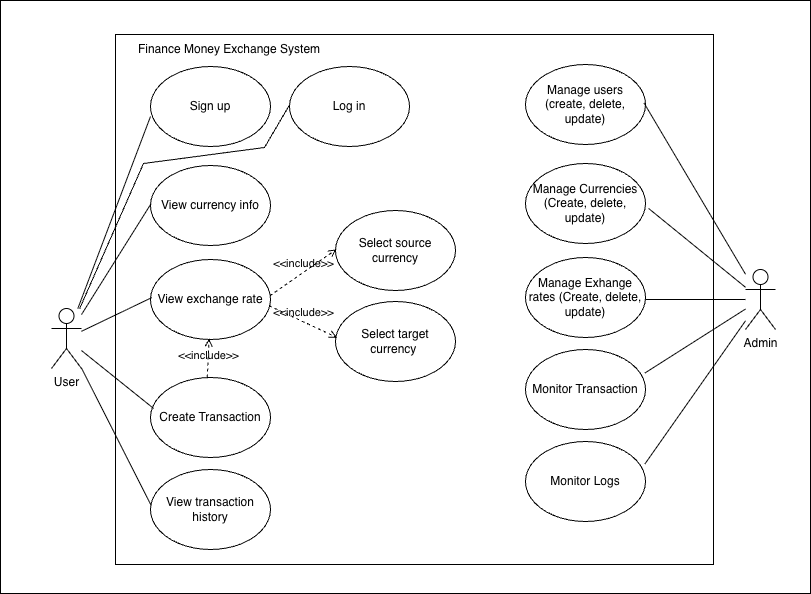
This is W5/W5Act1/W5Act1.drawio.png from eirikrbe/MSE800-PSD, a draw.io export, as it was before one commit. Source tidied: cells renumbered, new cells last; positions are measured from the earlier drawing's top-left corner, leaving out a move shared by most shapes. Source of this version:
```xml
<mxGraphModel background="#ffffff">
  <root>
    <mxCell id="0" />
    <mxCell id="1" parent="0" />
    <mxCell id="2" style="rounded=0;whiteSpace=wrap;html=1;" parent="1" vertex="1">
      <mxGeometry width="810" height="593" as="geometry" />
    </mxCell>
    <mxCell id="3" style="rounded=0;whiteSpace=wrap;html=1;" parent="1" vertex="1">
      <mxGeometry x="115" y="34" width="598" height="530" as="geometry" />
    </mxCell>
    <mxCell id="4" value="User&lt;div&gt;&lt;br&gt;&lt;/div&gt;" style="shape=umlActor;verticalLabelPosition=bottom;verticalAlign=top;html=1;outlineConnect=0;" parent="1" vertex="1">
      <mxGeometry x="51" y="308" width="30" height="60" as="geometry" />
    </mxCell>
    <mxCell id="5" value="Sign up" style="ellipse;whiteSpace=wrap;html=1;" parent="1" vertex="1">
      <mxGeometry x="150" y="66" width="120" height="80" as="geometry" />
    </mxCell>
    <mxCell id="6" value="Log in" style="ellipse;whiteSpace=wrap;html=1;" parent="1" vertex="1">
      <mxGeometry x="289" y="66" width="120" height="80" as="geometry" />
    </mxCell>
    <mxCell id="7" style="endArrow=none;html=1;rounded=0;entryX=0;entryY=0.625;entryDx=0;entryDy=0;entryPerimeter=0;" parent="1" edge="1" source="4" target="5">
      <mxGeometry relative="1" as="geometry" />
    </mxCell>
    <mxCell id="8" style="endArrow=none;html=1;rounded=0;entryX=-0.004;entryY=0.491;entryDx=0;entryDy=0;entryPerimeter=0;" parent="1" edge="1" source="4" target="6">
      <mxGeometry relative="1" as="geometry">
        <Array as="points">
          <mxPoint x="143" y="163" />
          <mxPoint x="264" y="147" />
        </Array>
      </mxGeometry>
    </mxCell>
    <mxCell id="9" value="Finance Money Exchange System" style="text;html=1;whiteSpace=wrap;strokeColor=none;fillColor=none;align=center;verticalAlign=middle;rounded=0;" parent="1" vertex="1">
      <mxGeometry x="130" y="34" width="198" height="30" as="geometry" />
    </mxCell>
    <mxCell id="10" value="View exchange rate" style="ellipse;whiteSpace=wrap;html=1;" parent="1" vertex="1">
      <mxGeometry x="150" y="259" width="120" height="80" as="geometry" />
    </mxCell>
    <mxCell id="11" value="View currency info" style="ellipse;whiteSpace=wrap;html=1;" parent="1" vertex="1">
      <mxGeometry x="150" y="165" width="120" height="80" as="geometry" />
    </mxCell>
    <mxCell id="12" value="Create Transaction" style="ellipse;whiteSpace=wrap;html=1;" parent="1" vertex="1">
      <mxGeometry x="150" y="377" width="120" height="80" as="geometry" />
    </mxCell>
    <mxCell id="13" value="View transaction history" style="ellipse;whiteSpace=wrap;html=1;" parent="1" vertex="1">
      <mxGeometry x="150" y="469" width="120" height="80" as="geometry" />
    </mxCell>
    <mxCell id="14" value="Select source currency" style="ellipse;whiteSpace=wrap;html=1;" parent="1" vertex="1">
      <mxGeometry x="335" y="210" width="120" height="80" as="geometry" />
    </mxCell>
    <mxCell id="15" value="Select target currency&amp;nbsp;" style="ellipse;whiteSpace=wrap;html=1;" parent="1" vertex="1">
      <mxGeometry x="335" y="301" width="120" height="80" as="geometry" />
    </mxCell>
    <mxCell id="16" value="&amp;lt;&amp;lt;include&amp;gt;&amp;gt;" style="html=1;verticalAlign=bottom;labelBackgroundColor=none;endArrow=open;endFill=0;dashed=1;rounded=0;entryX=0.007;entryY=0.486;entryDx=0;entryDy=0;entryPerimeter=0;exitX=0.995;exitY=0.453;exitDx=0;exitDy=0;exitPerimeter=0;" parent="1" edge="1" source="10" target="14">
      <mxGeometry relative="1" as="geometry" />
    </mxCell>
    <mxCell id="17" value="&amp;lt;&amp;lt;include&amp;gt;&amp;gt;" style="html=1;verticalAlign=bottom;labelBackgroundColor=none;endArrow=open;endFill=0;dashed=1;rounded=0;entryX=0.014;entryY=0.451;entryDx=0;entryDy=0;entryPerimeter=0;exitX=0.988;exitY=0.578;exitDx=0;exitDy=0;exitPerimeter=0;" parent="1" edge="1" source="10" target="15">
      <mxGeometry relative="1" as="geometry" />
    </mxCell>
    <mxCell id="18" value="&amp;lt;&amp;lt;include&amp;gt;&amp;gt;" style="html=1;verticalAlign=bottom;labelBackgroundColor=none;endArrow=open;endFill=0;dashed=1;rounded=0;exitX=0.473;exitY=0.001;exitDx=0;exitDy=0;exitPerimeter=0;entryX=0.488;entryY=0.987;entryDx=0;entryDy=0;entryPerimeter=0;" parent="1" edge="1" source="12" target="10">
      <mxGeometry x="-0.33" y="-1" relative="1" as="geometry" />
    </mxCell>
    <mxCell id="19" style="endArrow=none;html=1;rounded=0;entryX=0.003;entryY=0.481;entryDx=0;entryDy=0;entryPerimeter=0;" parent="1" edge="1" source="4" target="11">
      <mxGeometry relative="1" as="geometry" />
    </mxCell>
    <mxCell id="20" style="endArrow=none;html=1;rounded=0;entryX=0.011;entryY=0.476;entryDx=0;entryDy=0;entryPerimeter=0;" parent="1" edge="1" source="4" target="10">
      <mxGeometry relative="1" as="geometry" />
    </mxCell>
    <mxCell id="21" style="endArrow=none;html=1;rounded=0;entryX=0.026;entryY=0.387;entryDx=0;entryDy=0;entryPerimeter=0;" parent="1" edge="1" source="4" target="12">
      <mxGeometry relative="1" as="geometry" />
    </mxCell>
    <mxCell id="22" style="endArrow=none;html=1;rounded=0;entryX=0.003;entryY=0.442;entryDx=0;entryDy=0;entryPerimeter=0;" parent="1" edge="1" source="4" target="13">
      <mxGeometry relative="1" as="geometry" />
    </mxCell>
    <mxCell id="23" value="Admin" style="shape=umlActor;verticalLabelPosition=bottom;verticalAlign=top;html=1;outlineConnect=0;" parent="1" vertex="1">
      <mxGeometry x="745" y="269" width="30" height="60" as="geometry" />
    </mxCell>
    <mxCell id="24" value="Manage users&lt;br&gt;(create, delete, update)" style="ellipse;whiteSpace=wrap;html=1;" parent="1" vertex="1">
      <mxGeometry x="525" y="64" width="120" height="80" as="geometry" />
    </mxCell>
    <mxCell id="25" style="endArrow=none;html=1;rounded=0;entryX=0.988;entryY=0.482;entryDx=0;entryDy=0;entryPerimeter=0;" parent="1" edge="1" source="23" target="24">
      <mxGeometry relative="1" as="geometry" />
    </mxCell>
    <mxCell id="26" value="Manage Exhange rates (Create, delete, update)" style="ellipse;whiteSpace=wrap;html=1;" parent="1" vertex="1">
      <mxGeometry x="525" y="257" width="120" height="80" as="geometry" />
    </mxCell>
    <mxCell id="27" value="Manage Currencies&lt;br&gt;(Create, delete, update)" style="ellipse;whiteSpace=wrap;html=1;" parent="1" vertex="1">
      <mxGeometry x="525" y="163" width="120" height="80" as="geometry" />
    </mxCell>
    <mxCell id="28" value="Monitor Transaction" style="ellipse;whiteSpace=wrap;html=1;" parent="1" vertex="1">
      <mxGeometry x="525" y="349" width="120" height="80" as="geometry" />
    </mxCell>
    <mxCell id="29" value="Monitor Logs" style="ellipse;whiteSpace=wrap;html=1;" parent="1" vertex="1">
      <mxGeometry x="525" y="441" width="120" height="80" as="geometry" />
    </mxCell>
    <mxCell id="30" style="endArrow=none;html=1;rounded=0;entryX=1.026;entryY=0.562;entryDx=0;entryDy=0;entryPerimeter=0;" parent="1" edge="1" source="23" target="27">
      <mxGeometry relative="1" as="geometry" />
    </mxCell>
    <mxCell id="31" style="endArrow=none;html=1;rounded=0;" parent="1" edge="1" source="23">
      <mxGeometry relative="1" as="geometry">
        <mxPoint x="645" y="299" as="targetPoint" />
      </mxGeometry>
    </mxCell>
    <mxCell id="32" style="endArrow=none;html=1;rounded=0;entryX=0.995;entryY=0.294;entryDx=0;entryDy=0;entryPerimeter=0;" parent="1" edge="1" source="23" target="28">
      <mxGeometry relative="1" as="geometry" />
    </mxCell>
    <mxCell id="33" style="endArrow=none;html=1;rounded=0;entryX=0.995;entryY=0.281;entryDx=0;entryDy=0;entryPerimeter=0;" parent="1" edge="1" source="23" target="29">
      <mxGeometry relative="1" as="geometry" />
    </mxCell>
  </root>
</mxGraphModel>
```
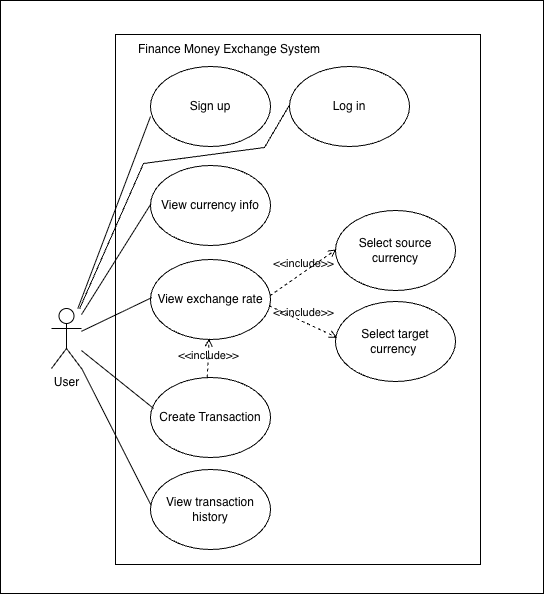
Later version of the same file.

What changed in the source:
```diff
@@ -3,10 +3,10 @@
     <mxCell id="0" />
     <mxCell id="1" parent="0" />
     <mxCell id="2" style="rounded=0;whiteSpace=wrap;html=1;" parent="1" vertex="1">
-      <mxGeometry width="810" height="593" as="geometry" />
+      <mxGeometry width="543" height="593" as="geometry" />
     </mxCell>
     <mxCell id="3" style="rounded=0;whiteSpace=wrap;html=1;" parent="1" vertex="1">
-      <mxGeometry x="115" y="34" width="598" height="530" as="geometry" />
+      <mxGeometry x="115" y="34" width="365" height="530" as="geometry" />
     </mxCell>
     <mxCell id="4" value="User&lt;div&gt;&lt;br&gt;&lt;/div&gt;" style="shape=umlActor;verticalLabelPosition=bottom;verticalAlign=top;html=1;outlineConnect=0;" parent="1" vertex="1">
       <mxGeometry x="51" y="308" width="30" height="60" as="geometry" />
@@ -70,40 +70,5 @@
     <mxCell id="22" style="endArrow=none;html=1;rounded=0;entryX=0.003;entryY=0.442;entryDx=0;entryDy=0;entryPerimeter=0;" parent="1" edge="1" source="4" target="13">
       <mxGeometry relative="1" as="geometry" />
     </mxCell>
-    <mxCell id="23" value="Admin" style="shape=umlActor;verticalLabelPosition=bottom;verticalAlign=top;html=1;outlineConnect=0;" parent="1" vertex="1">
-      <mxGeometry x="745" y="269" width="30" height="60" as="geometry" />
-    </mxCell>
-    <mxCell id="24" value="Manage users&lt;br&gt;(create, delete, update)" style="ellipse;whiteSpace=wrap;html=1;" parent="1" vertex="1">
-      <mxGeometry x="525" y="64" width="120" height="80" as="geometry" />
-    </mxCell>
-    <mxCell id="25" style="endArrow=none;html=1;rounded=0;entryX=0.988;entryY=0.482;entryDx=0;entryDy=0;entryPerimeter=0;" parent="1" edge="1" source="23" target="24">
-      <mxGeometry relative="1" as="geometry" />
-    </mxCell>
-    <mxCell id="26" value="Manage Exhange rates (Create, delete, update)" style="ellipse;whiteSpace=wrap;html=1;" parent="1" vertex="1">
-      <mxGeometry x="525" y="257" width="120" height="80" as="geometry" />
-    </mxCell>
-    <mxCell id="27" value="Manage Currencies&lt;br&gt;(Create, delete, update)" style="ellipse;whiteSpace=wrap;html=1;" parent="1" vertex="1">
-      <mxGeometry x="525" y="163" width="120" height="80" as="geometry" />
-    </mxCell>
-    <mxCell id="28" value="Monitor Transaction" style="ellipse;whiteSpace=wrap;html=1;" parent="1" vertex="1">
-      <mxGeometry x="525" y="349" width="120" height="80" as="geometry" />
-    </mxCell>
-    <mxCell id="29" value="Monitor Logs" style="ellipse;whiteSpace=wrap;html=1;" parent="1" vertex="1">
-      <mxGeometry x="525" y="441" width="120" height="80" as="geometry" />
-    </mxCell>
-    <mxCell id="30" style="endArrow=none;html=1;rounded=0;entryX=1.026;entryY=0.562;entryDx=0;entryDy=0;entryPerimeter=0;" parent="1" edge="1" source="23" target="27">
-      <mxGeometry relative="1" as="geometry" />
-    </mxCell>
-    <mxCell id="31" style="endArrow=none;html=1;rounded=0;" parent="1" edge="1" source="23">
-      <mxGeometry relative="1" as="geometry">
-        <mxPoint x="645" y="299" as="targetPoint" />
-      </mxGeometry>
-    </mxCell>
-    <mxCell id="32" style="endArrow=none;html=1;rounded=0;entryX=0.995;entryY=0.294;entryDx=0;entryDy=0;entryPerimeter=0;" parent="1" edge="1" source="23" target="28">
-      <mxGeometry relative="1" as="geometry" />
-    </mxCell>
-    <mxCell id="33" style="endArrow=none;html=1;rounded=0;entryX=0.995;entryY=0.281;entryDx=0;entryDy=0;entryPerimeter=0;" parent="1" edge="1" source="23" target="29">
-      <mxGeometry relative="1" as="geometry" />
-    </mxCell>
   </root>
 </mxGraphModel>
```
